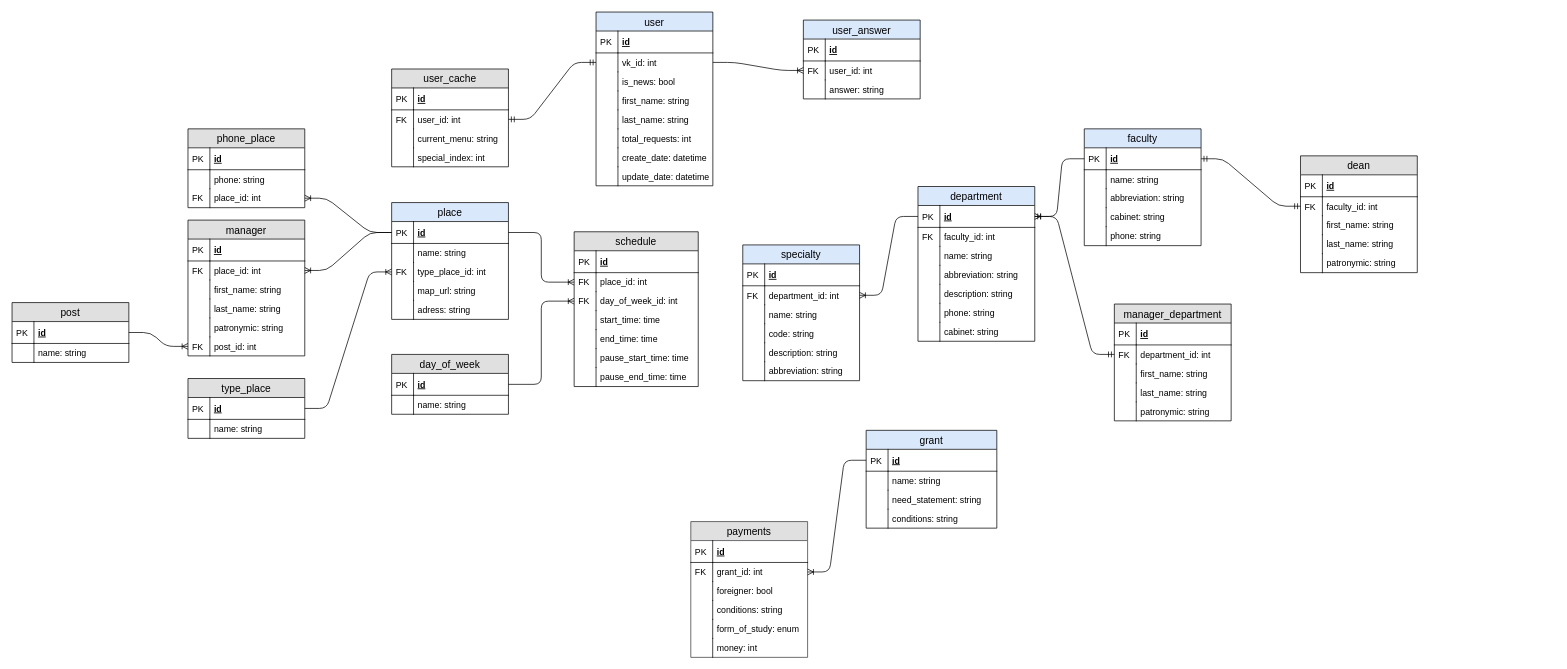
Above: page "БД" (1 of 2) of scheme.drawio in AlertRED/dstu-vk-bot (draw.io), before the change. Source tidied: cells renumbered, new cells numbered last; positions are measured from the earlier drawing's top-left corner, leaving out a move shared by most shapes. Both pictures are drawn from the tidied source at 73%, with x=0, y=0 at pixel (12, 12).
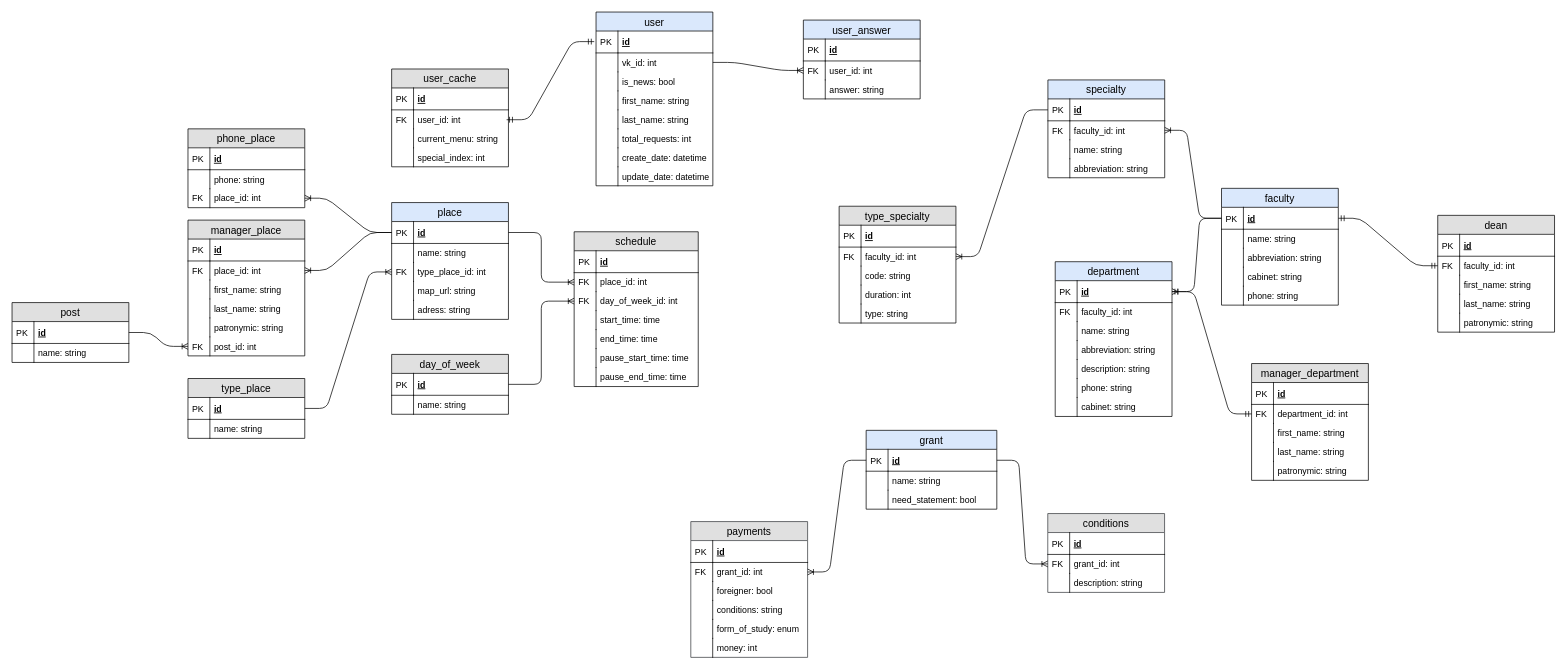
Above is the later version.

Commit message (it also covers changes not shown here):
add dir for answer functions, add answer for spec grant

The change refers to these unchanged cells:
```xml
<mxCell id="5" value="vk_id: int" style="shape=partialRectangle;top=0;left=0;right=0;bottom=0;align=left;verticalAlign=top;fillColor=none;spacingLeft=34;spacingRight=4;overflow=hidden;points=[[0,0.5],[1,0.5]];portConstraint=eastwest;fontSize=12;" parent="2" vertex="1">
  <mxGeometry y="56" width="160" height="26" as="geometry" />
</mxCell>
<mxCell id="22" value="user_id: int" style="shape=partialRectangle;top=0;left=0;right=0;bottom=0;align=left;verticalAlign=top;fillColor=none;spacingLeft=34;spacingRight=4;overflow=hidden;points=[[0,0.5],[1,0.5]];portConstraint=eastwest;fontSize=12;" parent="19" vertex="1">
  <mxGeometry y="56" width="160" height="26" as="geometry" />
</mxCell>
<mxCell id="105" value="id" style="shape=partialRectangle;top=0;left=0;right=0;bottom=1;align=left;verticalAlign=middle;fillColor=none;spacingLeft=34;spacingRight=4;overflow=hidden;points=[[0,0.5],[1,0.5]];portConstraint=eastwest;fontStyle=5;fontSize=12;" parent="104" vertex="1">
  <mxGeometry y="26" width="160" height="30" as="geometry" />
</mxCell>
<mxCell id="118" value="id" style="shape=partialRectangle;top=0;left=0;right=0;bottom=1;align=left;verticalAlign=middle;fillColor=none;spacingLeft=34;spacingRight=4;overflow=hidden;points=[[0,0.5],[1,0.5]];portConstraint=eastwest;fontStyle=5;fontSize=12;" parent="117" vertex="1">
  <mxGeometry y="26" width="160" height="30" as="geometry" />
</mxCell>
<mxCell id="133" value="id" style="shape=partialRectangle;top=0;left=0;right=0;bottom=1;align=left;verticalAlign=middle;fillColor=none;spacingLeft=34;spacingRight=4;overflow=hidden;points=[[0,0.5],[1,0.5]];portConstraint=eastwest;fontStyle=5;fontSize=12;" parent="132" vertex="1">
  <mxGeometry y="26" width="160" height="30" as="geometry" />
</mxCell>
<mxCell id="146" value="id" style="shape=partialRectangle;top=0;left=0;right=0;bottom=1;align=left;verticalAlign=middle;fillColor=none;spacingLeft=34;spacingRight=4;overflow=hidden;points=[[0,0.5],[1,0.5]];portConstraint=eastwest;fontStyle=5;fontSize=12;" parent="145" vertex="1">
  <mxGeometry y="26" width="179" height="30" as="geometry" />
</mxCell>
```

Change to the diagram source:
```diff
@@
-    <mxCell id="36" style="edgeStyle=entityRelationEdgeStyle;fontSize=12;html=1;endArrow=ERmandOne;startArrow=ERmandOne;entryX=0;entryY=0.5;entryDx=0;entryDy=0;exitX=1;exitY=0.5;exitDx=0;exitDy=0;" parent="1" edge="1" source="22" target="5">
-      <mxGeometry relative="1" as="geometry" />
+    <mxCell id="36" style="edgeStyle=entityRelationEdgeStyle;fontSize=12;html=1;endArrow=ERmandOne;startArrow=ERmandOne;entryX=0;entryY=0.5;entryDx=0;entryDy=0;exitX=1;exitY=0.5;exitDx=0;exitDy=0;" parent="1" edge="1">
+      <mxGeometry relative="1" as="geometry">
+        <mxPoint x="677.5" y="147.5" as="sourcePoint" />
+        <mxPoint x="797.5" y="40.5" as="targetPoint" />
+      </mxGeometry>
     </mxCell>
@@
-    <mxCell id="83" value="manager" style="swimlane;fontStyle=0;horizontal=1;startSize=26;fillColor=#e0e0e0;swimlaneFillColor=#ffffff;align=center;fontSize=14;" parent="1" vertex="1">
+    <mxCell id="83" value="manager_place" style="swimlane;fontStyle=0;horizontal=1;startSize=26;fillColor=#e0e0e0;swimlaneFillColor=#ffffff;align=center;fontSize=14;" parent="1" vertex="1">
       <mxGeometry x="241" y="285" width="160" height="186" as="geometry" />
     </mxCell>
@@
     <mxCell id="104" value="specialty" style="swimlane;fontStyle=0;horizontal=1;startSize=26;fillColor=#dae8fc;swimlaneFillColor=#ffffff;align=center;fontSize=14;strokeColor=#000000;" parent="1" vertex="1">
-      <mxGeometry x="1001" y="319" width="160" height="186" as="geometry" />
+      <mxGeometry x="1419" y="93" width="160" height="134" as="geometry" />
     </mxCell>
@@
-    <mxCell id="107" value="department_id: int" style="shape=partialRectangle;top=0;left=0;right=0;bottom=0;align=left;verticalAlign=top;fillColor=none;spacingLeft=34;spacingRight=4;overflow=hidden;points=[[0,0.5],[1,0.5]];portConstraint=eastwest;fontSize=12;" parent="104" vertex="1">
+    <mxCell id="107" value="faculty_id: int" style="shape=partialRectangle;top=0;left=0;right=0;bottom=0;align=left;verticalAlign=top;fillColor=none;spacingLeft=34;spacingRight=4;overflow=hidden;points=[[0,0.5],[1,0.5]];portConstraint=eastwest;fontSize=12;" parent="104" vertex="1">
       <mxGeometry y="56" width="160" height="26" as="geometry" />
     </mxCell>
@@
-    <mxCell id="111" value="code: string" style="shape=partialRectangle;top=0;left=0;right=0;bottom=0;align=left;verticalAlign=top;fillColor=none;spacingLeft=34;spacingRight=4;overflow=hidden;fontSize=12;" parent="104" vertex="1">
-      <mxGeometry y="108" width="160" height="26" as="geometry" />
-    </mxCell>
-    <mxCell id="112" style="shape=partialRectangle;top=0;left=0;bottom=0;fillColor=none;align=left;verticalAlign=top;spacingLeft=4;spacingRight=4;overflow=hidden;fontSize=12;" parent="111" vertex="1">
-      <mxGeometry width="30" height="26" as="geometry" />
-    </mxCell>
-    <mxCell id="113" value="description: string" style="shape=partialRectangle;top=0;left=0;right=0;bottom=0;align=left;verticalAlign=top;fillColor=none;spacingLeft=34;spacingRight=4;overflow=hidden;fontSize=12;" parent="104" vertex="1">
-      <mxGeometry y="134" width="160" height="26" as="geometry" />
-    </mxCell>
-    <mxCell id="114" style="shape=partialRectangle;top=0;left=0;bottom=0;fillColor=none;align=left;verticalAlign=top;spacingLeft=4;spacingRight=4;overflow=hidden;fontSize=12;" parent="113" vertex="1">
-      <mxGeometry width="30" height="26" as="geometry" />
-    </mxCell>
     <mxCell id="115" value="abbreviation: string" style="shape=partialRectangle;top=0;left=0;right=0;bottom=0;align=left;verticalAlign=top;fillColor=none;spacingLeft=34;spacingRight=4;overflow=hidden;fontSize=12;" parent="104" vertex="1">
-      <mxGeometry y="160" width="160" height="26" as="geometry" />
+      <mxGeometry y="108" width="160" height="26" as="geometry" />
     </mxCell>
@@
     <mxCell id="117" value="department" style="swimlane;fontStyle=0;horizontal=1;startSize=26;fillColor=#dae8fc;swimlaneFillColor=#ffffff;align=center;fontSize=14;strokeColor=#000000;" parent="1" vertex="1">
-      <mxGeometry x="1241" y="239" width="160" height="212" as="geometry" />
+      <mxGeometry x="1429" y="342" width="160" height="212" as="geometry" />
     </mxCell>
@@
     <mxCell id="132" value="faculty" style="swimlane;fontStyle=0;horizontal=1;startSize=26;fillColor=#dae8fc;swimlaneFillColor=#ffffff;align=center;fontSize=14;strokeColor=#000000;" parent="1" vertex="1">
-      <mxGeometry x="1468.8" y="160" width="160" height="160" as="geometry" />
+      <mxGeometry x="1656.8" y="241.5" width="160" height="160" as="geometry" />
     </mxCell>
@@
-    <mxCell id="143" style="edgeStyle=entityRelationEdgeStyle;fontSize=12;html=1;endArrow=none;exitX=1;exitY=0.5;exitDx=0;exitDy=0;endFill=0;startArrow=ERoneToMany;startFill=0;entryX=0;entryY=0.5;entryDx=0;entryDy=0;" parent="1" edge="1" source="107" target="118">
+    <mxCell id="143" style="edgeStyle=entityRelationEdgeStyle;fontSize=12;html=1;endArrow=none;exitX=1;exitY=0.5;exitDx=0;exitDy=0;endFill=0;startArrow=ERoneToMany;startFill=0;entryX=0;entryY=0.5;entryDx=0;entryDy=0;" parent="1" edge="1" source="107" target="133">
       <mxGeometry relative="1" as="geometry" />
     </mxCell>
@@
     <mxCell id="145" value="grant" style="swimlane;fontStyle=0;horizontal=1;startSize=26;fillColor=#dae8fc;swimlaneFillColor=#ffffff;align=center;fontSize=14;strokeColor=#000000;" parent="1" vertex="1">
-      <mxGeometry x="1170" y="573" width="179" height="134" as="geometry" />
+      <mxGeometry x="1170" y="573" width="179" height="108" as="geometry" />
     </mxCell>
@@
-    <mxCell id="150" value="need_statement: string&#10;" style="shape=partialRectangle;top=0;left=0;right=0;bottom=0;align=left;verticalAlign=top;fillColor=none;spacingLeft=34;spacingRight=4;overflow=hidden;fontSize=12;" parent="145" vertex="1">
+    <mxCell id="150" value="need_statement: bool&#10;" style="shape=partialRectangle;top=0;left=0;right=0;bottom=0;align=left;verticalAlign=top;fillColor=none;spacingLeft=34;spacingRight=4;overflow=hidden;fontSize=12;" parent="145" vertex="1">
       <mxGeometry y="82" width="179" height="26" as="geometry" />
     </mxCell>
@@
-    <mxCell id="152" value="conditions: string" style="shape=partialRectangle;top=0;left=0;right=0;bottom=0;align=left;verticalAlign=top;fillColor=none;spacingLeft=34;spacingRight=4;overflow=hidden;fontSize=12;" parent="145" vertex="1">
-      <mxGeometry y="108" width="179" height="26" as="geometry" />
-    </mxCell>
-    <mxCell id="153" style="shape=partialRectangle;top=0;left=0;bottom=0;fillColor=none;align=left;verticalAlign=top;spacingLeft=4;spacingRight=4;overflow=hidden;fontSize=12;" parent="152" vertex="1">
-      <mxGeometry width="30" height="26" as="geometry" />
-    </mxCell>
@@
     <mxCell id="168" value="dean" style="swimlane;fontStyle=0;horizontal=1;startSize=26;fillColor=#e0e0e0;swimlaneFillColor=#ffffff;align=center;fontSize=14;" parent="1" vertex="1">
-      <mxGeometry x="1765" y="197" width="160" height="160" as="geometry" />
+      <mxGeometry x="1953" y="278.5" width="160" height="160" as="geometry" />
     </mxCell>
@@
     <mxCell id="180" value="manager_department" style="swimlane;fontStyle=0;horizontal=1;startSize=26;fillColor=#e0e0e0;swimlaneFillColor=#ffffff;align=center;fontSize=14;" parent="1" vertex="1">
-      <mxGeometry x="1510" y="400" width="160" height="160" as="geometry" />
+      <mxGeometry x="1698" y="481.5" width="160" height="160" as="geometry" />
     </mxCell>
@@
+    <mxCell id="192" value="conditions" style="swimlane;fontStyle=0;horizontal=1;startSize=26;fillColor=#E0E0E0;swimlaneFillColor=#ffffff;align=center;fontSize=14;strokeColor=#36393d;" parent="1" vertex="1">
+      <mxGeometry x="1418.8" y="687" width="160" height="108" as="geometry" />
+    </mxCell>
+    <mxCell id="193" value="id" style="shape=partialRectangle;top=0;left=0;right=0;bottom=1;align=left;verticalAlign=middle;fillColor=none;spacingLeft=34;spacingRight=4;overflow=hidden;fontStyle=5;fontSize=12;" parent="192" vertex="1">
+      <mxGeometry y="26" width="160" height="30" as="geometry" />
+    </mxCell>
+    <mxCell id="194" value="PK" style="shape=partialRectangle;top=0;left=0;bottom=0;fillColor=none;align=left;verticalAlign=middle;spacingLeft=4;spacingRight=4;overflow=hidden;fontSize=12;" parent="193" vertex="1">
+      <mxGeometry width="30" height="30" as="geometry" />
+    </mxCell>
+    <mxCell id="195" value="grant_id: int" style="shape=partialRectangle;top=0;left=0;right=0;bottom=0;align=left;verticalAlign=top;fillColor=none;spacingLeft=34;spacingRight=4;overflow=hidden;points=[[0,0.5],[1,0.5]];portConstraint=eastwest;fontSize=12;" parent="192" vertex="1">
+      <mxGeometry y="56" width="160" height="26" as="geometry" />
+    </mxCell>
+    <mxCell id="196" value="FK" style="shape=partialRectangle;top=0;left=0;bottom=0;fillColor=none;align=left;verticalAlign=top;spacingLeft=4;spacingRight=4;overflow=hidden;fontSize=12;" parent="195" vertex="1">
+      <mxGeometry width="30" height="26" as="geometry" />
+    </mxCell>
+    <mxCell id="113" value="description: string" style="shape=partialRectangle;top=0;left=0;right=0;bottom=0;align=left;verticalAlign=top;fillColor=none;spacingLeft=34;spacingRight=4;overflow=hidden;fontSize=12;" parent="192" vertex="1">
+      <mxGeometry y="82" width="160" height="26" as="geometry" />
+    </mxCell>
+    <mxCell id="197" style="shape=partialRectangle;top=0;left=0;bottom=0;fillColor=none;align=left;verticalAlign=top;spacingLeft=4;spacingRight=4;overflow=hidden;fontSize=12;" parent="113" vertex="1">
+      <mxGeometry width="30" height="26" as="geometry" />
+    </mxCell>
+    <mxCell id="198" style="edgeStyle=entityRelationEdgeStyle;fontSize=12;html=1;endArrow=ERoneToMany;entryX=0;entryY=0.5;entryDx=0;entryDy=0;exitX=1;exitY=0.5;exitDx=0;exitDy=0;" parent="1" edge="1" source="146" target="195">
+      <mxGeometry relative="1" as="geometry" />
+    </mxCell>
+    <mxCell id="199" value="type_specialty" style="swimlane;fontStyle=0;horizontal=1;startSize=26;fillColor=#e0e0e0;swimlaneFillColor=#ffffff;align=center;fontSize=14;" parent="1" vertex="1">
+      <mxGeometry x="1133" y="266" width="160" height="160" as="geometry" />
+    </mxCell>
+    <mxCell id="200" value="id" style="shape=partialRectangle;top=0;left=0;right=0;bottom=1;align=left;verticalAlign=middle;fillColor=none;spacingLeft=34;spacingRight=4;overflow=hidden;fontStyle=5;fontSize=12;" parent="199" vertex="1">
+      <mxGeometry y="26" width="160" height="30" as="geometry" />
+    </mxCell>
+    <mxCell id="201" value="PK" style="shape=partialRectangle;top=0;left=0;bottom=0;fillColor=none;align=left;verticalAlign=middle;spacingLeft=4;spacingRight=4;overflow=hidden;fontSize=12;" parent="200" vertex="1">
+      <mxGeometry width="30" height="30" as="geometry" />
+    </mxCell>
+    <mxCell id="202" value="faculty_id: int" style="shape=partialRectangle;top=0;left=0;right=0;bottom=0;align=left;verticalAlign=top;fillColor=none;spacingLeft=34;spacingRight=4;overflow=hidden;points=[[0,0.5],[1,0.5]];portConstraint=eastwest;fontSize=12;" parent="199" vertex="1">
+      <mxGeometry y="56" width="160" height="26" as="geometry" />
+    </mxCell>
+    <mxCell id="203" value="FK" style="shape=partialRectangle;top=0;left=0;bottom=0;fillColor=none;align=left;verticalAlign=top;spacingLeft=4;spacingRight=4;overflow=hidden;fontSize=12;" parent="202" vertex="1">
+      <mxGeometry width="30" height="26" as="geometry" />
+    </mxCell>
+    <mxCell id="111" value="code: string" style="shape=partialRectangle;top=0;left=0;right=0;bottom=0;align=left;verticalAlign=top;fillColor=none;spacingLeft=34;spacingRight=4;overflow=hidden;fontSize=12;" parent="199" vertex="1">
+      <mxGeometry y="82" width="160" height="26" as="geometry" />
+    </mxCell>
+    <mxCell id="112" style="shape=partialRectangle;top=0;left=0;bottom=0;fillColor=none;align=left;verticalAlign=top;spacingLeft=4;spacingRight=4;overflow=hidden;fontSize=12;" parent="111" vertex="1">
+      <mxGeometry width="30" height="26" as="geometry" />
+    </mxCell>
+    <mxCell id="204" value="duration: int" style="shape=partialRectangle;top=0;left=0;right=0;bottom=0;align=left;verticalAlign=top;fillColor=none;spacingLeft=34;spacingRight=4;overflow=hidden;fontSize=12;" parent="199" vertex="1">
+      <mxGeometry y="108" width="160" height="26" as="geometry" />
+    </mxCell>
+    <mxCell id="205" style="shape=partialRectangle;top=0;left=0;bottom=0;fillColor=none;align=left;verticalAlign=top;spacingLeft=4;spacingRight=4;overflow=hidden;fontSize=12;" parent="204" vertex="1">
+      <mxGeometry width="30" height="26" as="geometry" />
+    </mxCell>
+    <mxCell id="206" value="type: string" style="shape=partialRectangle;top=0;left=0;right=0;bottom=0;align=left;verticalAlign=top;fillColor=none;spacingLeft=34;spacingRight=4;overflow=hidden;fontSize=12;" parent="199" vertex="1">
+      <mxGeometry y="134" width="160" height="26" as="geometry" />
+    </mxCell>
+    <mxCell id="207" style="shape=partialRectangle;top=0;left=0;bottom=0;fillColor=none;align=left;verticalAlign=top;spacingLeft=4;spacingRight=4;overflow=hidden;fontSize=12;" parent="206" vertex="1">
+      <mxGeometry width="30" height="26" as="geometry" />
+    </mxCell>
+    <mxCell id="208" style="edgeStyle=entityRelationEdgeStyle;fontSize=12;html=1;endArrow=none;exitX=1;exitY=0.5;exitDx=0;exitDy=0;endFill=0;startArrow=ERoneToMany;startFill=0;entryX=0;entryY=0.5;entryDx=0;entryDy=0;" parent="1" edge="1" source="202" target="105">
+      <mxGeometry relative="1" as="geometry" />
+    </mxCell>
```
